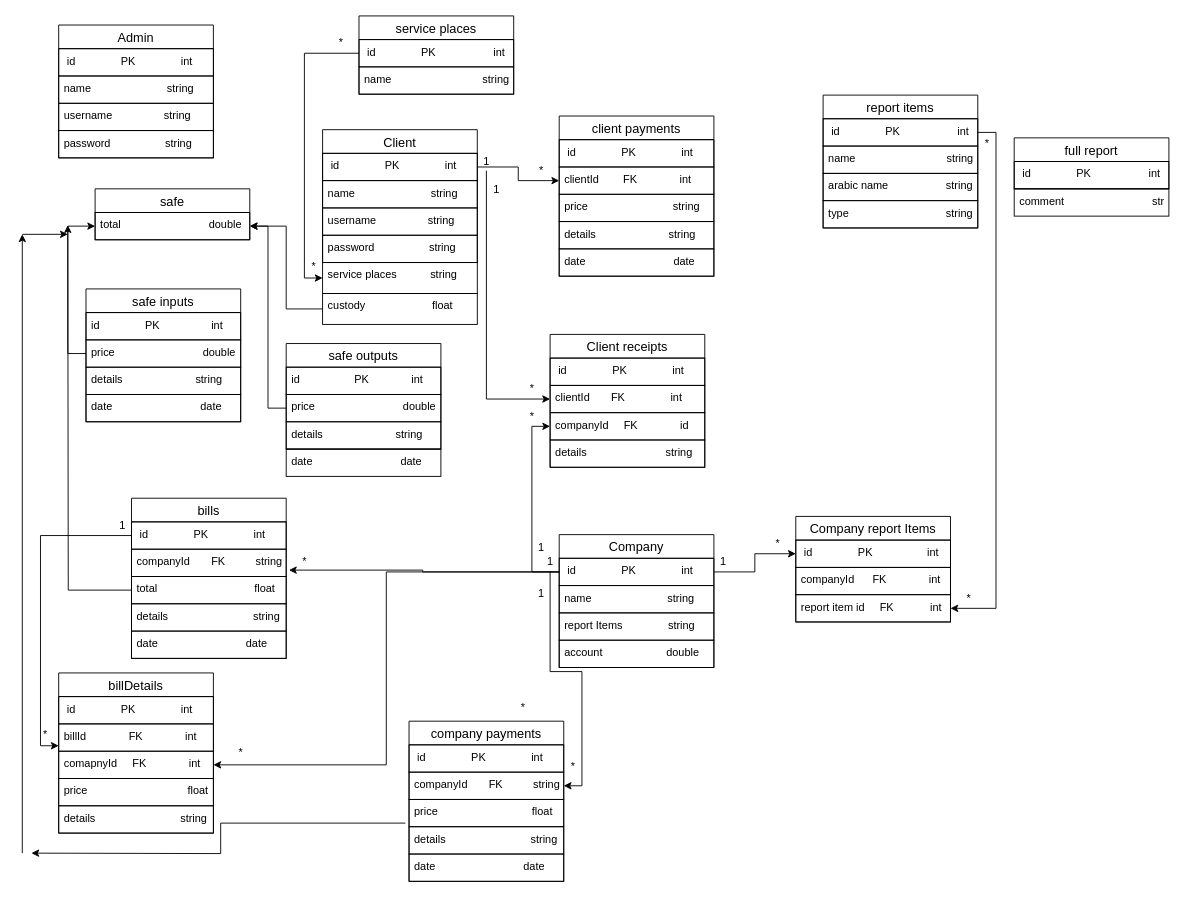
Before: page "schema" (1 of 3) of system-design.drawio in mohammedlokma/system-frontend, a draw.io diagram. Source tidied: cells renumbered, new cells numbered last; positions are measured from the earlier drawing's top-left corner, leaving out a move shared by most shapes. Both pictures are drawn from the tidied source at 91%, with x=0, y=0 at pixel (22, 15).
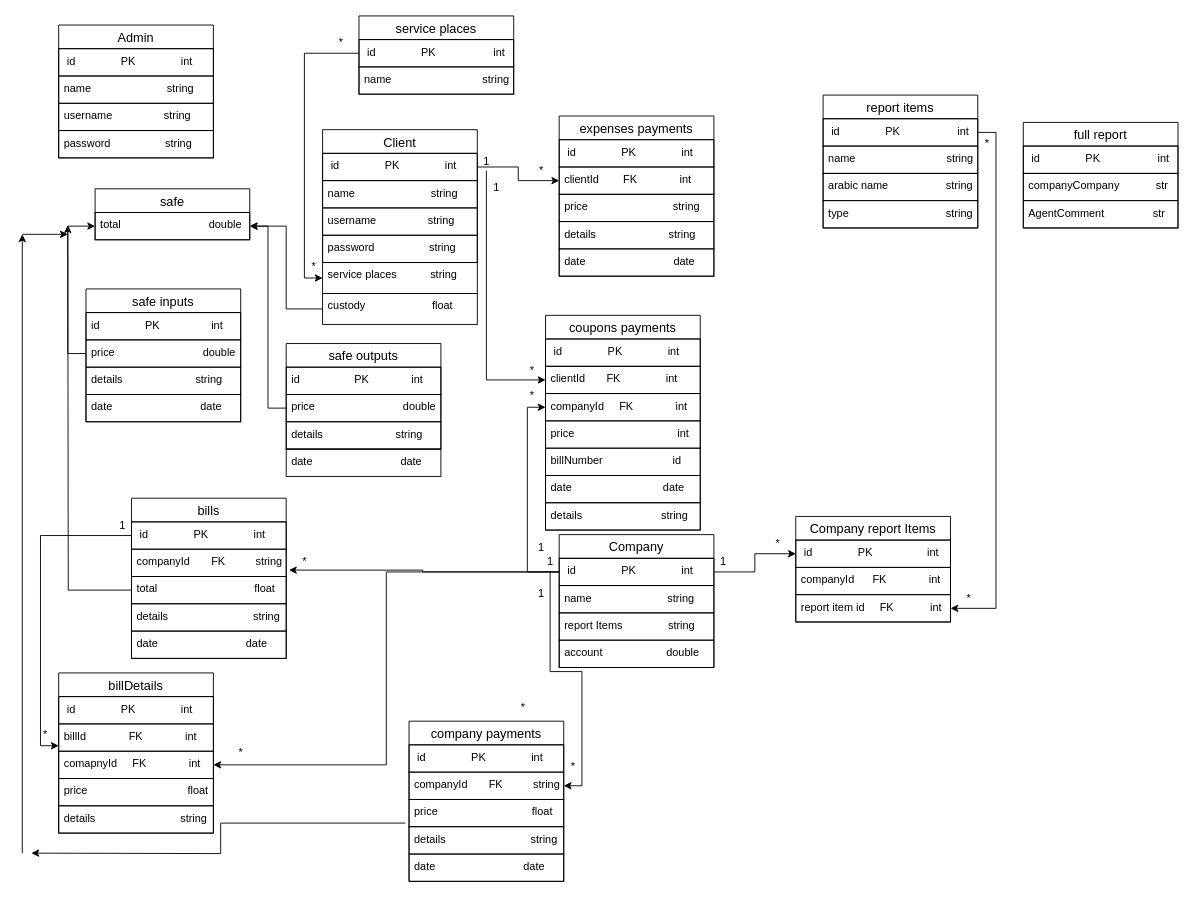
The same diagram, later.

What changed in the source:
```diff
@@
-    <mxCell id="16" value="client payments" style="swimlane;fontStyle=0;horizontal=1;startSize=26;align=center;fontSize=14;" parent="1" vertex="1">
+    <mxCell id="16" value="expenses payments" style="swimlane;fontStyle=0;horizontal=1;startSize=26;align=center;fontSize=14;" parent="1" vertex="1">
       <mxGeometry x="590" y="110" width="170" height="176" as="geometry" />
     </mxCell>
@@
-    <mxCell id="52" value="Client receipts" style="swimlane;fontStyle=0;horizontal=1;startSize=26;align=center;fontSize=14;" parent="1" vertex="1">
-      <mxGeometry x="580" y="350" width="170" height="146" as="geometry" />
+    <mxCell id="52" value="coupons payments" style="swimlane;fontStyle=0;horizontal=1;startSize=26;align=center;fontSize=14;" parent="1" vertex="1">
+      <mxGeometry x="575" y="329" width="170" height="236" as="geometry" />
     </mxCell>
@@
-    <mxCell id="55" value="companyId     FK              id" style="text;strokeColor=default;fillColor=none;spacingLeft=4;spacingRight=4;overflow=hidden;points=[[0,0.5],[1,0.5]];portConstraint=eastwest;fontSize=12;" parent="52" vertex="1">
+    <mxCell id="55" value="companyId     FK              int" style="text;strokeColor=default;fillColor=none;spacingLeft=4;spacingRight=4;overflow=hidden;points=[[0,0.5],[1,0.5]];portConstraint=eastwest;fontSize=12;" parent="52" vertex="1">
       <mxGeometry y="86" width="170" height="30" as="geometry" />
     </mxCell>
+    <mxCell id="112" value="price                                  int" style="text;strokeColor=default;fillColor=none;spacingLeft=4;spacingRight=4;overflow=hidden;fontSize=12;" parent="52" vertex="1">
+      <mxGeometry y="116" width="170" height="30" as="geometry" />
+    </mxCell>
+    <mxCell id="113" value="billNumber                       id" style="text;strokeColor=default;fillColor=none;spacingLeft=4;spacingRight=4;overflow=hidden;fontSize=12;" parent="52" vertex="1">
+      <mxGeometry y="146" width="170" height="30" as="geometry" />
+    </mxCell>
-    <mxCell id="56" value="details                          string " style="text;strokeColor=default;fillColor=none;spacingLeft=4;spacingRight=4;overflow=hidden;fontSize=12;" parent="52" vertex="1">
-      <mxGeometry y="116" width="170" height="30" as="geometry" />
+    <mxCell id="56" value="date                              date" style="text;strokeColor=default;fillColor=none;spacingLeft=4;spacingRight=4;overflow=hidden;fontSize=12;" parent="52" vertex="1">
+      <mxGeometry y="176" width="170" height="30" as="geometry" />
     </mxCell>
+    <mxCell id="114" value="details                          string " style="text;strokeColor=default;fillColor=none;spacingLeft=4;spacingRight=4;overflow=hidden;fontSize=12;" parent="52" vertex="1">
+      <mxGeometry y="206" width="170" height="30" as="geometry" />
+    </mxCell>
@@
     <mxCell id="59" value="*" style="text;html=1;align=center;verticalAlign=middle;strokeColor=none;fillColor=none;fontSize=12;fontFamily=Helvetica;fontColor=default;" parent="1" vertex="1">
-      <mxGeometry x="550" y="400" width="20" height="20" as="geometry" />
+      <mxGeometry x="550" y="380" width="20" height="20" as="geometry" />
     </mxCell>
@@
     <mxCell id="83" value="*" style="text;html=1;align=center;verticalAlign=middle;strokeColor=none;fillColor=none;" parent="1" vertex="1">
-      <mxGeometry x="545" y="425" width="30" height="30" as="geometry" />
+      <mxGeometry x="545" y="403" width="30" height="30" as="geometry" />
     </mxCell>
@@
     <mxCell id="99" value="full report" style="swimlane;fontStyle=0;horizontal=1;startSize=26;align=center;fontSize=14;border=5;" parent="1" vertex="1">
-      <mxGeometry x="1090" y="134" width="170" height="56" as="geometry" />
+      <mxGeometry x="1100" y="117" width="170" height="116" as="geometry" />
     </mxCell>
@@
+    <mxCell id="111" value="companyCompany            str" style="text;strokeColor=default;fillColor=none;spacingLeft=4;spacingRight=4;overflow=hidden;fontSize=12;&#10;border:1;" parent="99" vertex="1">
+      <mxGeometry y="56" width="170" height="30" as="geometry" />
+    </mxCell>
+    <mxCell id="115" value="AgentComment                str" style="text;strokeColor=default;fillColor=none;spacingLeft=4;spacingRight=4;overflow=hidden;fontSize=12;&#10;border:1;" parent="99" vertex="1">
+      <mxGeometry y="86" width="170" height="30" as="geometry" />
+    </mxCell>
@@
-    <mxCell id="111" value="comment                             str" style="text;strokeColor=default;fillColor=none;spacingLeft=4;spacingRight=4;overflow=hidden;fontSize=12;&#10;border:1;" parent="1" vertex="1">
-      <mxGeometry x="1090" y="190" width="170" height="30" as="geometry" />
-    </mxCell>
```
